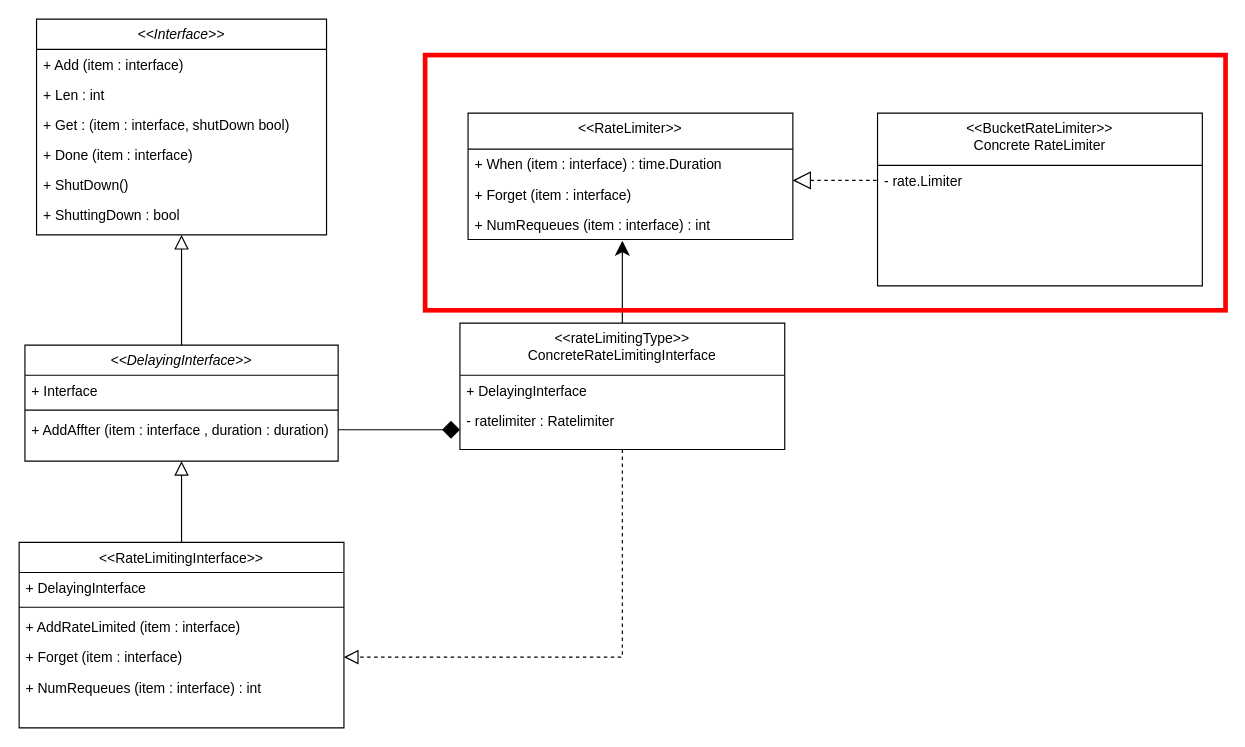
Above: images/post/post-draw/kubernetes-ItemExponentialFailureRateLimiter-queue.drawio in MengZn/MengZn.github.io (draw.io), before the change. Source tidied: cells renumbered, new cells numbered last; positions are measured from the earlier drawing's top-left corner, leaving out a move shared by most shapes. Both pictures are drawn from the tidied source at 116%, with x=0, y=0 at pixel (19, 19).
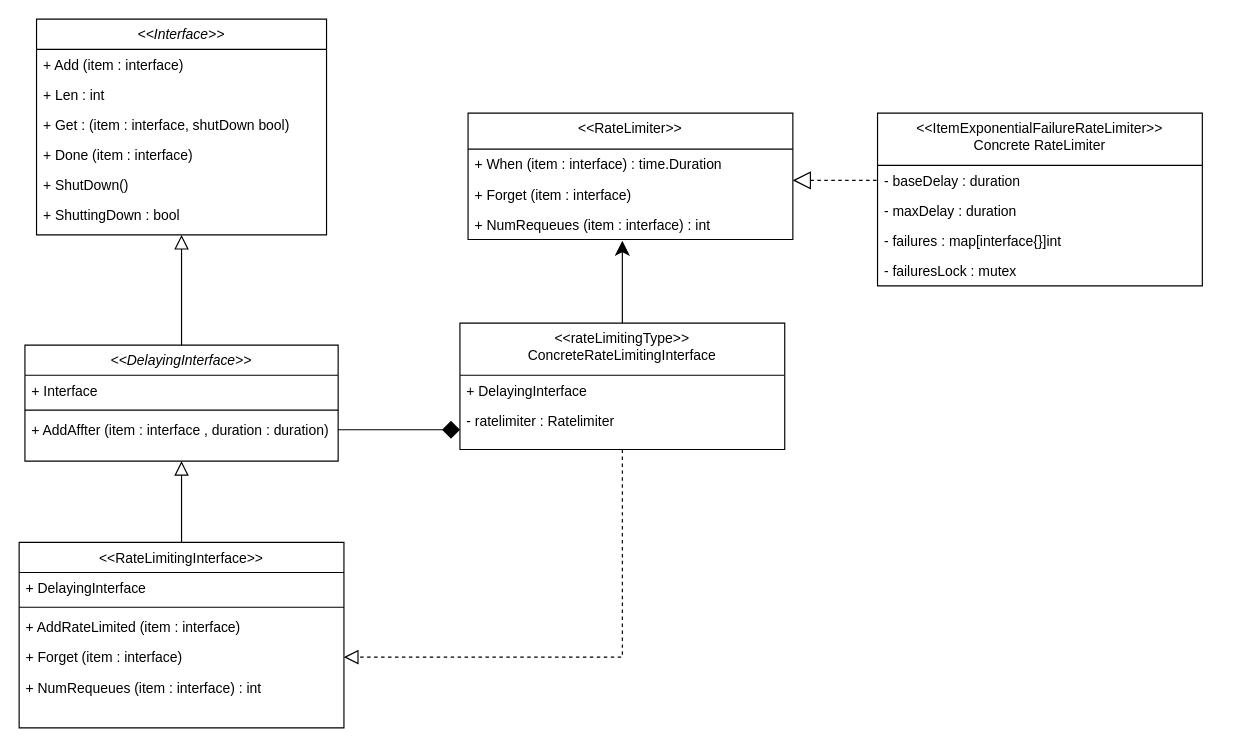
After the change.

Change to the diagram source:
```diff
@@
-    <mxCell id="32" value="&lt;&lt;BucketRateLimiter&gt;&gt;&#10;Concrete RateLimiter" style="swimlane;fontStyle=0;align=center;verticalAlign=top;horizontal=1;startSize=45;rounded=0;shadow=0;strokeWidth=1;" parent="1" vertex="1">
+    <mxCell id="32" value="&lt;&lt;ItemExponentialFailureRateLimiter&gt;&gt;&#10;Concrete RateLimiter" style="swimlane;fontStyle=0;align=center;verticalAlign=top;horizontal=1;startSize=45;rounded=0;shadow=0;strokeWidth=1;" parent="1" vertex="1">
       <mxGeometry x="740" y="81" width="280" height="149" as="geometry" />
     </mxCell>
-    <mxCell id="33" value="- rate.Limiter" style="text;align=left;verticalAlign=top;spacingLeft=4;spacingRight=4;overflow=hidden;points=[[0,0.5],[1,0.5]];portConstraint=eastwest;" parent="32" vertex="1">
+    <mxCell id="33" value="- baseDelay : duration" style="text;align=left;verticalAlign=top;spacingLeft=4;spacingRight=4;overflow=hidden;points=[[0,0.5],[1,0.5]];portConstraint=eastwest;" parent="32" vertex="1">
       <mxGeometry y="45" width="280" height="26" as="geometry" />
     </mxCell>
-    <mxCell id="34" style="whiteSpace=wrap;html=1;fillColor=none;strokeColor=#FF0000;strokeWidth=4;" parent="1" vertex="1">
-      <mxGeometry x="350" y="31" width="690" height="220" as="geometry" />
-    </mxCell>
+    <mxCell id="35" value="- maxDelay : duration" style="text;align=left;verticalAlign=top;spacingLeft=4;spacingRight=4;overflow=hidden;" parent="32" vertex="1">
+      <mxGeometry y="71" width="280" height="26" as="geometry" />
+    </mxCell>
+    <mxCell id="36" value="- failures : map[interface{}]int" style="text;align=left;verticalAlign=top;spacingLeft=4;spacingRight=4;overflow=hidden;" parent="32" vertex="1">
+      <mxGeometry y="97" width="280" height="26" as="geometry" />
+    </mxCell>
+    <mxCell id="37" value="- failuresLock : mutex" style="text;align=left;verticalAlign=top;spacingLeft=4;spacingRight=4;overflow=hidden;" parent="32" vertex="1">
+      <mxGeometry y="123" width="280" height="26" as="geometry" />
+    </mxCell>
+    <mxCell id="38" style="rounded=0;whiteSpace=wrap;html=1;fillColor=none;strokeColor=none;" parent="1" vertex="1">
+      <mxGeometry x="340" y="44" width="700" height="217" as="geometry" />
+    </mxCell>
```
